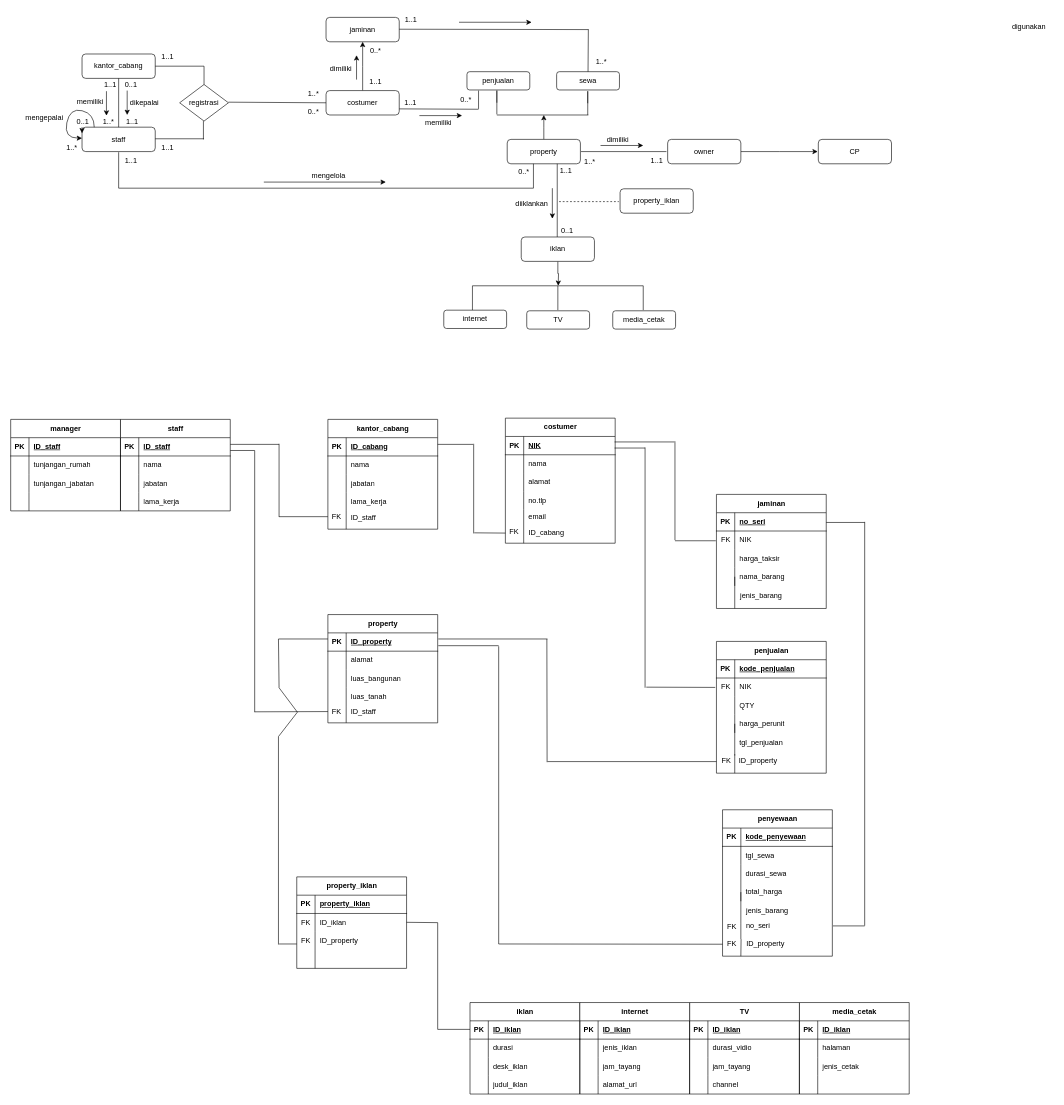
Earlier version of the draw.io diagram Untitled Diagram.drawio (Usri-Yusron/kumpulan-tugas-kuliah). Source tidied: cells renumbered, new cells numbered last; positions are measured from the earlier drawing's top-left corner, leaving out a move shared by most shapes. Both pictures are drawn from the tidied source at 61%, with x=0, y=0 at pixel (10, 10).
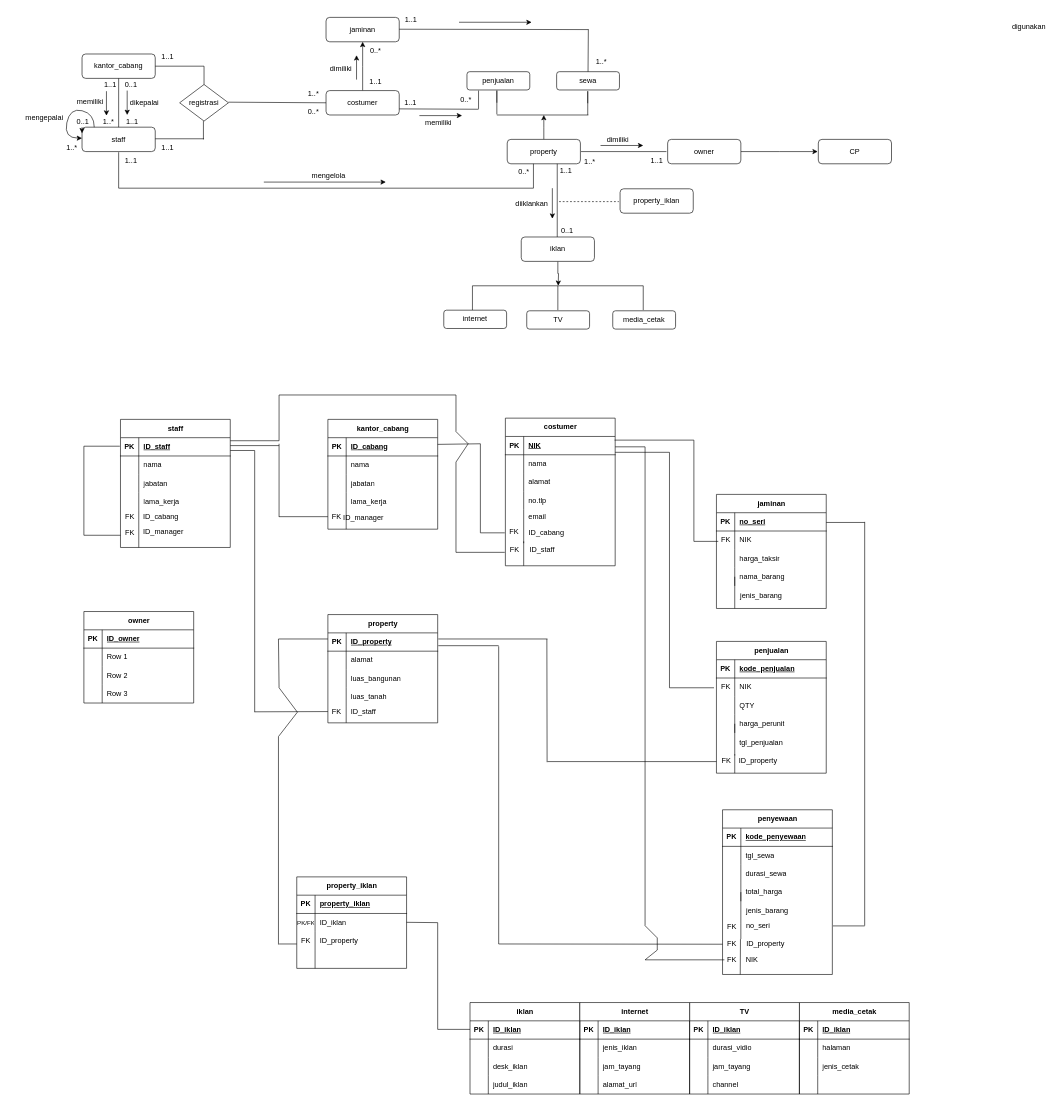
The same diagram, later.

The change refers to these unchanged cells:
```xml
<mxCell id="128" style="shape=tableRow;horizontal=0;startSize=0;swimlaneHead=0;swimlaneBody=0;fillColor=none;top=0;left=0;right=0;bottom=0;" parent="124" vertex="1">
  <mxGeometry y="60" width="180" height="30" as="geometry" />
</mxCell>
<mxCell id="242" value="FK" style="text;html=1;align=center;verticalAlign=middle;points=[];strokeColor=none;fillColor=none;" parent="1" vertex="1">
  <mxGeometry x="1152" y="1094" width="40" height="30" as="geometry" />
</mxCell>
```

Change to the diagram source:
```diff
@@
     <mxCell id="85" value="staff" style="shape=table;startSize=30;childLayout=tableLayout;rowLines=0;fontStyle=1;align=center;html=1;" parent="1" vertex="1">
-      <mxGeometry x="180" y="670" width="180" height="150" as="geometry" />
+      <mxGeometry x="180" y="670" width="180" height="210" as="geometry" />
     </mxCell>
@@
-    <mxCell id="98" value="manager" style="shape=table;startSize=30;childLayout=tableLayout;rowLines=0;fontStyle=1;align=center;html=1;" parent="1" vertex="1">
-      <mxGeometry y="670" width="180" height="150" as="geometry" />
-    </mxCell>
-    <mxCell id="99" style="shape=tableRow;horizontal=0;startSize=0;swimlaneHead=0;swimlaneBody=0;fillColor=none;top=0;left=0;right=0;bottom=1;" parent="98" vertex="1">
-      <mxGeometry y="30" width="180" height="30" as="geometry" />
-    </mxCell>
-    <mxCell id="100" value="PK" style="shape=partialRectangle;fillColor=none;top=0;left=0;bottom=0;right=0;fontStyle=1;overflow=hidden;whiteSpace=wrap;html=1;" parent="99" vertex="1">
-      <mxGeometry width="30" height="30" as="geometry" />
-    </mxCell>
-    <mxCell id="101" value="ID_staff" style="shape=partialRectangle;fillColor=none;top=0;left=0;bottom=0;right=0;align=left;spacingLeft=6;fontStyle=5;overflow=hidden;whiteSpace=wrap;html=1;" parent="99" vertex="1">
-      <mxGeometry x="30" width="150" height="30" as="geometry" />
-    </mxCell>
-    <mxCell id="102" style="shape=tableRow;horizontal=0;startSize=0;swimlaneHead=0;swimlaneBody=0;fillColor=none;top=0;left=0;right=0;bottom=0;" parent="98" vertex="1">
-      <mxGeometry y="60" width="180" height="30" as="geometry" />
-    </mxCell>
-    <mxCell id="103" style="shape=partialRectangle;fillColor=none;top=0;left=0;bottom=0;right=0;overflow=hidden;whiteSpace=wrap;html=1;" parent="102" vertex="1">
-      <mxGeometry width="30" height="30" as="geometry" />
-    </mxCell>
-    <mxCell id="104" value="tunjangan_rumah" style="shape=partialRectangle;fillColor=none;top=0;left=0;bottom=0;right=0;align=left;spacingLeft=6;overflow=hidden;whiteSpace=wrap;html=1;" parent="102" vertex="1">
-      <mxGeometry x="30" width="150" height="30" as="geometry" />
-    </mxCell>
-    <mxCell id="105" style="shape=tableRow;horizontal=0;startSize=0;swimlaneHead=0;swimlaneBody=0;fillColor=none;top=0;left=0;right=0;bottom=0;" parent="98" vertex="1">
-      <mxGeometry y="90" width="180" height="30" as="geometry" />
-    </mxCell>
-    <mxCell id="106" style="shape=partialRectangle;fillColor=none;top=0;left=0;bottom=0;right=0;overflow=hidden;whiteSpace=wrap;html=1;" parent="105" vertex="1">
-      <mxGeometry width="30" height="30" as="geometry" />
-    </mxCell>
-    <mxCell id="107" value="tunjangan_jabatan" style="shape=partialRectangle;fillColor=none;top=0;left=0;bottom=0;right=0;align=left;spacingLeft=6;overflow=hidden;whiteSpace=wrap;html=1;" parent="105" vertex="1">
-      <mxGeometry x="30" width="150" height="30" as="geometry" />
-    </mxCell>
-    <mxCell id="108" style="shape=tableRow;horizontal=0;startSize=0;swimlaneHead=0;swimlaneBody=0;fillColor=none;top=0;left=0;right=0;bottom=0;" parent="98" vertex="1">
-      <mxGeometry y="120" width="180" height="30" as="geometry" />
-    </mxCell>
-    <mxCell id="109" style="shape=partialRectangle;fillColor=none;top=0;left=0;bottom=0;right=0;overflow=hidden;whiteSpace=wrap;html=1;" parent="108" vertex="1">
-      <mxGeometry width="30" height="30" as="geometry" />
-    </mxCell>
-    <mxCell id="110" style="shape=partialRectangle;fillColor=none;top=0;left=0;bottom=0;right=0;align=left;spacingLeft=6;overflow=hidden;whiteSpace=wrap;html=1;" parent="108" vertex="1">
-      <mxGeometry x="30" width="150" height="30" as="geometry" />
-    </mxCell>
@@
-    <mxCell id="129" value="FK" style="shape=partialRectangle;fillColor=none;top=0;left=0;bottom=0;right=0;overflow=hidden;whiteSpace=wrap;html=1;" parent="128" vertex="1">
+    <mxCell id="129" value="&lt;font style=&quot;font-size: 10px;&quot;&gt;PK/FK&lt;/font&gt;" style="shape=partialRectangle;fillColor=none;top=0;left=0;bottom=0;right=0;overflow=hidden;whiteSpace=wrap;html=1;" parent="128" vertex="1">
       <mxGeometry width="30" height="30" as="geometry" />
     </mxCell>
@@
-    <mxCell id="180" style="endArrow=none;html=1;rounded=0;" parent="1" edge="1">
-      <mxGeometry relative="1" as="geometry">
-        <mxPoint x="1089" y="868" as="sourcePoint" />
-        <mxPoint x="1089" y="708" as="targetPoint" />
-      </mxGeometry>
-    </mxCell>
@@
     <mxCell id="184" style="endArrow=none;html=1;rounded=0;exitX=1;exitY=0.5;exitDx=0;exitDy=0;" parent="1" edge="1">
       <mxGeometry relative="1" as="geometry">
-        <mxPoint x="990" y="707" as="sourcePoint" />
-        <mxPoint x="1090" y="707" as="targetPoint" />
+        <mxPoint x="990" y="704" as="sourcePoint" />
+        <mxPoint x="1160" y="870" as="targetPoint" />
+        <Array as="points">
+          <mxPoint x="1120" y="704" />
+          <mxPoint x="1120" y="870" />
+        </Array>
       </mxGeometry>
     </mxCell>
@@
-    <mxCell id="200" value="ID_staff" style="text;html=1;align=center;verticalAlign=middle;strokeColor=none;fillColor=none;" parent="1" vertex="1">
-      <mxGeometry x="548" y="816" width="60" height="30" as="geometry" />
+    <mxCell id="200" value="ID_manager" style="text;html=1;align=center;verticalAlign=middle;strokeColor=none;fillColor=none;" parent="1" vertex="1">
+      <mxGeometry x="533" y="816" width="90" height="30" as="geometry" />
     </mxCell>
     <mxCell id="201" style="endArrow=none;html=1;rounded=0;" parent="1" edge="1">
       <mxGeometry relative="1" as="geometry">
-        <mxPoint x="360" y="711" as="sourcePoint" />
-        <mxPoint x="440" y="711" as="targetPoint" />
+        <mxPoint x="360" y="713" as="sourcePoint" />
+        <mxPoint x="440" y="713" as="targetPoint" />
       </mxGeometry>
     </mxCell>
@@
-    <mxCell id="204" style="endArrow=none;html=1;rounded=0;" parent="1" edge="1">
-      <mxGeometry relative="1" as="geometry">
-        <mxPoint x="759" y="857" as="sourcePoint" />
-        <mxPoint x="759" y="710" as="targetPoint" />
-      </mxGeometry>
-    </mxCell>
     <mxCell id="205" style="endArrow=none;html=1;rounded=0;" parent="1" edge="1">
       <mxGeometry relative="1" as="geometry">
         <mxPoint x="700" y="711" as="sourcePoint" />
-        <mxPoint x="758" y="711" as="targetPoint" />
+        <mxPoint x="810" y="856" as="targetPoint" />
+        <Array as="points">
+          <mxPoint x="770" y="710" />
+          <mxPoint x="770" y="856" />
+        </Array>
       </mxGeometry>
     </mxCell>
-    <mxCell id="206" style="endArrow=none;html=1;rounded=0;" parent="1" edge="1">
-      <mxGeometry relative="1" as="geometry">
-        <mxPoint x="1089" y="869" as="sourcePoint" />
-        <mxPoint x="1156" y="869" as="targetPoint" />
-      </mxGeometry>
-    </mxCell>
     <mxCell id="207" value="penyewaan" style="shape=table;startSize=30;childLayout=tableLayout;rowLines=0;fontStyle=1;align=center;html=1;" parent="1" vertex="1">
-      <mxGeometry x="1167" y="1310" width="180" height="240" as="geometry" />
+      <mxGeometry x="1167" y="1310" width="180" height="270" as="geometry" />
     </mxCell>
@@
-    <mxCell id="227" style="endArrow=none;html=1;rounded=0;exitX=1;exitY=0.5;exitDx=0;exitDy=0;" parent="1" edge="1">
+    <mxCell id="227" style="endArrow=none;html=1;rounded=0;exitX=1;exitY=0.5;exitDx=0;exitDy=0;entryX=0.025;entryY=0.533;entryDx=0;entryDy=0;entryPerimeter=0;" parent="1" edge="1" target="242">
       <mxGeometry relative="1" as="geometry">
-        <mxPoint x="990" y="717" as="sourcePoint" />
-        <mxPoint x="1040" y="717" as="targetPoint" />
+        <mxPoint x="991" y="724" as="sourcePoint" />
+        <Array as="points">
+          <mxPoint x="1080" y="724" />
+          <mxPoint x="1080" y="1110" />
+        </Array>
       </mxGeometry>
     </mxCell>
-    <mxCell id="228" style="endArrow=none;html=1;rounded=0;" parent="1" edge="1">
-      <mxGeometry relative="1" as="geometry">
-        <mxPoint x="1040" y="1110" as="sourcePoint" />
-        <mxPoint x="1040" y="716" as="targetPoint" />
-      </mxGeometry>
-    </mxCell>
@@
     <mxCell id="265" value="costumer" style="shape=table;startSize=30;childLayout=tableLayout;rowLines=0;fontStyle=1;align=center;html=1;" parent="1" vertex="1">
-      <mxGeometry x="811" y="668" width="180" height="205" as="geometry" />
+      <mxGeometry x="811" y="668" width="180" height="242" as="geometry" />
     </mxCell>
@@
-    <mxCell id="282" style="endArrow=none;html=1;rounded=0;" parent="1" edge="1">
-      <mxGeometry relative="1" as="geometry">
-        <mxPoint x="760" y="856" as="sourcePoint" />
-        <mxPoint x="811" y="856.4" as="targetPoint" />
-      </mxGeometry>
-    </mxCell>
@@
-    <mxCell id="288" style="endArrow=none;html=1;rounded=0;" parent="1" edge="1">
-      <mxGeometry relative="1" as="geometry">
-        <mxPoint x="1042" y="1109" as="sourcePoint" />
-        <mxPoint x="1155" y="1109.4" as="targetPoint" />
-      </mxGeometry>
-    </mxCell>
     <mxCell id="289" value="FK" style="text;html=1;align=center;verticalAlign=middle;strokeColor=none;fillColor=none;" parent="1" vertex="1">
-      <mxGeometry x="1162" y="1515" width="40" height="30" as="geometry" />
+      <mxGeometry x="1162" y="1514" width="40" height="30" as="geometry" />
     </mxCell>
     <mxCell id="290" style="endArrow=none;html=1;rounded=0;" parent="1" edge="1">
       <mxGeometry relative="1" as="geometry">
-        <mxPoint x="1197" y="1550" as="sourcePoint" />
-        <mxPoint x="1197.4" y="1522" as="targetPoint" />
+        <mxPoint x="1196" y="1580" as="sourcePoint" />
+        <mxPoint x="1196.4" y="1522" as="targetPoint" />
       </mxGeometry>
     </mxCell>
@@
+    <mxCell id="311" style="endArrow=none;html=1;rounded=0;" parent="1" edge="1">
+      <mxGeometry relative="1" as="geometry">
+        <mxPoint x="210" y="880" as="sourcePoint" />
+        <mxPoint x="210" y="820" as="targetPoint" />
+      </mxGeometry>
+    </mxCell>
+    <mxCell id="312" value="FK" style="text;html=1;align=center;verticalAlign=middle;strokeColor=none;fillColor=none;" parent="1" vertex="1">
+      <mxGeometry x="175" y="815" width="40" height="30" as="geometry" />
+    </mxCell>
+    <mxCell id="313" value="ID_cabang" style="text;html=1;align=center;verticalAlign=middle;strokeColor=none;fillColor=none;" parent="1" vertex="1">
+      <mxGeometry x="206" y="815" width="80" height="30" as="geometry" />
+    </mxCell>
+    <mxCell id="314" value="FK" style="text;html=1;align=center;verticalAlign=middle;strokeColor=none;fillColor=none;" parent="1" vertex="1">
+      <mxGeometry x="175" y="841" width="40" height="30" as="geometry" />
+    </mxCell>
+    <mxCell id="315" value="ID_manager" style="text;html=1;align=center;verticalAlign=middle;strokeColor=none;fillColor=none;" parent="1" vertex="1">
+      <mxGeometry x="205" y="840" width="90" height="30" as="geometry" />
+    </mxCell>
+    <mxCell id="316" style="endArrow=none;html=1;rounded=0;" parent="1" edge="1">
+      <mxGeometry relative="1" as="geometry">
+        <mxPoint x="120" y="714" as="sourcePoint" />
+        <mxPoint x="179" y="714" as="targetPoint" />
+      </mxGeometry>
+    </mxCell>
+    <mxCell id="317" style="endArrow=none;html=1;rounded=0;" parent="1" edge="1">
+      <mxGeometry relative="1" as="geometry">
+        <mxPoint x="180" y="860" as="sourcePoint" />
+        <mxPoint x="120" y="714" as="targetPoint" />
+        <Array as="points">
+          <mxPoint x="120" y="860" />
+        </Array>
+      </mxGeometry>
+    </mxCell>
+    <mxCell id="318" style="endArrow=none;html=1;rounded=0;" parent="1" edge="1">
+      <mxGeometry relative="1" as="geometry">
+        <mxPoint x="841" y="910" as="sourcePoint" />
+        <mxPoint x="841" y="870" as="targetPoint" />
+      </mxGeometry>
+    </mxCell>
+    <mxCell id="319" value="FK" style="text;html=1;align=center;verticalAlign=middle;strokeColor=none;fillColor=none;" parent="1" vertex="1">
+      <mxGeometry x="806" y="869" width="40" height="30" as="geometry" />
+    </mxCell>
+    <mxCell id="101" value="ID_staff" style="text;html=1;align=center;verticalAlign=middle;strokeColor=none;fillColor=none;" parent="1" vertex="1">
+      <mxGeometry x="841" y="869" width="60" height="30" as="geometry" />
+    </mxCell>
+    <mxCell id="320" style="endArrow=none;html=1;rounded=0;" parent="1" edge="1">
+      <mxGeometry relative="1" as="geometry">
+        <mxPoint x="360" y="705" as="sourcePoint" />
+        <mxPoint x="810" y="888" as="targetPoint" />
+        <Array as="points">
+          <mxPoint x="440" y="705" />
+          <mxPoint x="440" y="630" />
+          <mxPoint x="730" y="630" />
+          <mxPoint x="730" y="690" />
+          <mxPoint x="750" y="710" />
+          <mxPoint x="730" y="740" />
+          <mxPoint x="730" y="888" />
+        </Array>
+      </mxGeometry>
+    </mxCell>
+    <mxCell id="321" value="FK" style="text;html=1;align=center;verticalAlign=middle;strokeColor=none;fillColor=none;" parent="1" vertex="1">
+      <mxGeometry x="1162" y="1541" width="40" height="30" as="geometry" />
+    </mxCell>
+    <mxCell id="322" value="NIK" style="text;html=1;align=center;verticalAlign=middle;strokeColor=none;fillColor=none;" parent="1" vertex="1">
+      <mxGeometry x="1195" y="1541" width="40" height="30" as="geometry" />
+    </mxCell>
+    <mxCell id="323" style="endArrow=none;html=1;rounded=0;" parent="1" edge="1">
+      <mxGeometry relative="1" as="geometry">
+        <mxPoint x="991" y="715" as="sourcePoint" />
+        <mxPoint x="1170" y="1556" as="targetPoint" />
+        <Array as="points">
+          <mxPoint x="1040" y="715" />
+          <mxPoint x="1040" y="1330" />
+          <mxPoint x="1040" y="1500" />
+          <mxPoint x="1060" y="1520" />
+          <mxPoint x="1060" y="1540" />
+          <mxPoint x="1040" y="1556" />
+        </Array>
+      </mxGeometry>
+    </mxCell>
+    <mxCell id="324" value="owner" style="shape=table;startSize=30;childLayout=tableLayout;rowLines=0;fontStyle=1;align=center;html=1;" parent="1" vertex="1">
+      <mxGeometry x="120" y="985" width="180" height="150" as="geometry" />
+    </mxCell>
+    <mxCell id="99" style="shape=tableRow;horizontal=0;startSize=0;swimlaneHead=0;swimlaneBody=0;fillColor=none;top=0;left=0;right=0;bottom=1;" parent="324" vertex="1">
+      <mxGeometry y="30" width="180" height="30" as="geometry" />
+    </mxCell>
+    <mxCell id="100" value="PK" style="shape=partialRectangle;fillColor=none;top=0;left=0;bottom=0;right=0;fontStyle=1;overflow=hidden;whiteSpace=wrap;html=1;" parent="99" vertex="1">
+      <mxGeometry width="30" height="30" as="geometry" />
+    </mxCell>
+    <mxCell id="325" value="ID_owner" style="shape=partialRectangle;fillColor=none;top=0;left=0;bottom=0;right=0;align=left;spacingLeft=6;fontStyle=5;overflow=hidden;whiteSpace=wrap;html=1;" parent="99" vertex="1">
+      <mxGeometry x="30" width="150" height="30" as="geometry" />
+    </mxCell>
+    <mxCell id="102" style="shape=tableRow;horizontal=0;startSize=0;swimlaneHead=0;swimlaneBody=0;fillColor=none;top=0;left=0;right=0;bottom=0;" parent="324" vertex="1">
+      <mxGeometry y="60" width="180" height="30" as="geometry" />
+    </mxCell>
+    <mxCell id="326" style="shape=partialRectangle;fillColor=none;top=0;left=0;bottom=0;right=0;overflow=hidden;whiteSpace=wrap;html=1;" parent="102" vertex="1">
+      <mxGeometry width="30" height="30" as="geometry" />
+    </mxCell>
+    <mxCell id="327" value="Row 1" style="shape=partialRectangle;fillColor=none;top=0;left=0;bottom=0;right=0;align=left;spacingLeft=6;overflow=hidden;whiteSpace=wrap;html=1;" parent="102" vertex="1">
+      <mxGeometry x="30" width="150" height="30" as="geometry" />
+    </mxCell>
+    <mxCell id="105" style="shape=tableRow;horizontal=0;startSize=0;swimlaneHead=0;swimlaneBody=0;fillColor=none;top=0;left=0;right=0;bottom=0;" parent="324" vertex="1">
+      <mxGeometry y="90" width="180" height="30" as="geometry" />
+    </mxCell>
+    <mxCell id="328" style="shape=partialRectangle;fillColor=none;top=0;left=0;bottom=0;right=0;overflow=hidden;whiteSpace=wrap;html=1;" parent="105" vertex="1">
+      <mxGeometry width="30" height="30" as="geometry" />
+    </mxCell>
+    <mxCell id="329" value="Row 2" style="shape=partialRectangle;fillColor=none;top=0;left=0;bottom=0;right=0;align=left;spacingLeft=6;overflow=hidden;whiteSpace=wrap;html=1;" parent="105" vertex="1">
+      <mxGeometry x="30" width="150" height="30" as="geometry" />
+    </mxCell>
+    <mxCell id="108" style="shape=tableRow;horizontal=0;startSize=0;swimlaneHead=0;swimlaneBody=0;fillColor=none;top=0;left=0;right=0;bottom=0;" parent="324" vertex="1">
+      <mxGeometry y="120" width="180" height="30" as="geometry" />
+    </mxCell>
+    <mxCell id="330" style="shape=partialRectangle;fillColor=none;top=0;left=0;bottom=0;right=0;overflow=hidden;whiteSpace=wrap;html=1;" parent="108" vertex="1">
+      <mxGeometry width="30" height="30" as="geometry" />
+    </mxCell>
+    <mxCell id="331" value="Row 3" style="shape=partialRectangle;fillColor=none;top=0;left=0;bottom=0;right=0;align=left;spacingLeft=6;overflow=hidden;whiteSpace=wrap;html=1;" parent="108" vertex="1">
+      <mxGeometry x="30" width="150" height="30" as="geometry" />
+    </mxCell>
```
